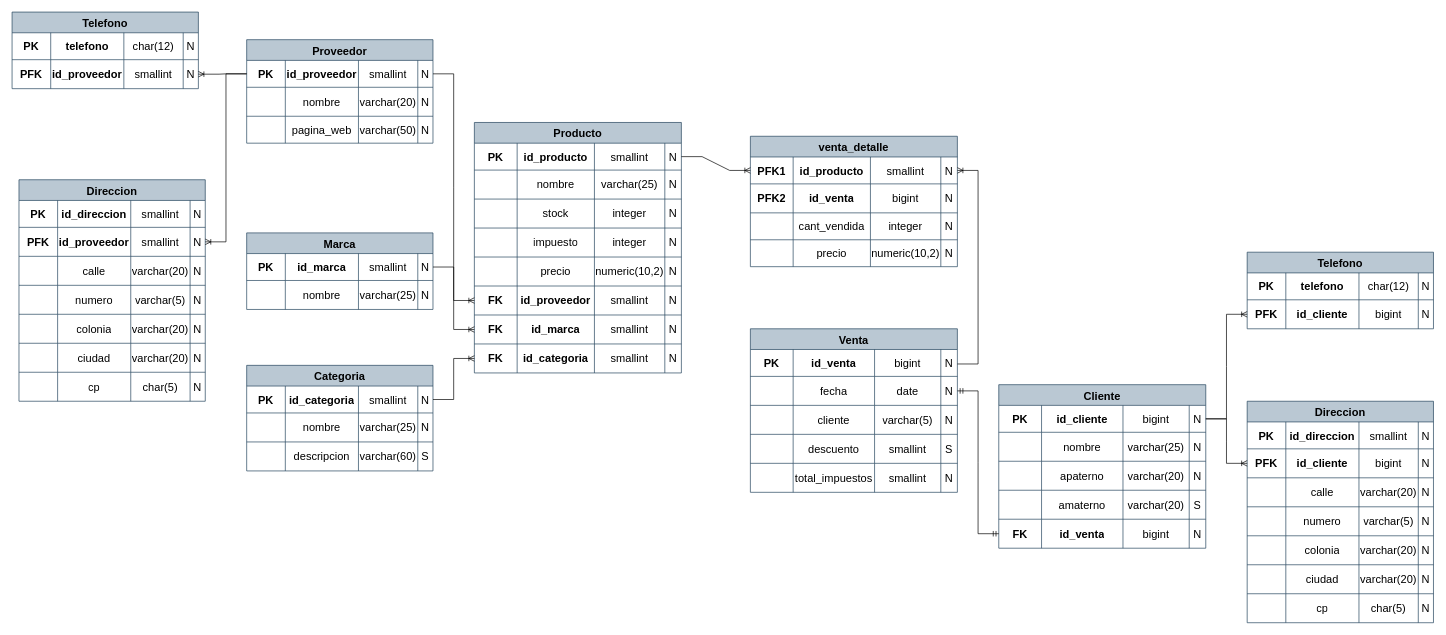
The draw.io diagram Modelo Relacional ventas.drawio in misiomishi/itcj, before the edit. Source tidied: cells renumbered, new cells numbered last; positions are measured from the earlier drawing's top-left corner, leaving out a move shared by most shapes. Both pictures are drawn from the tidied source at 69%, with x=0, y=0 at pixel (12, 12).
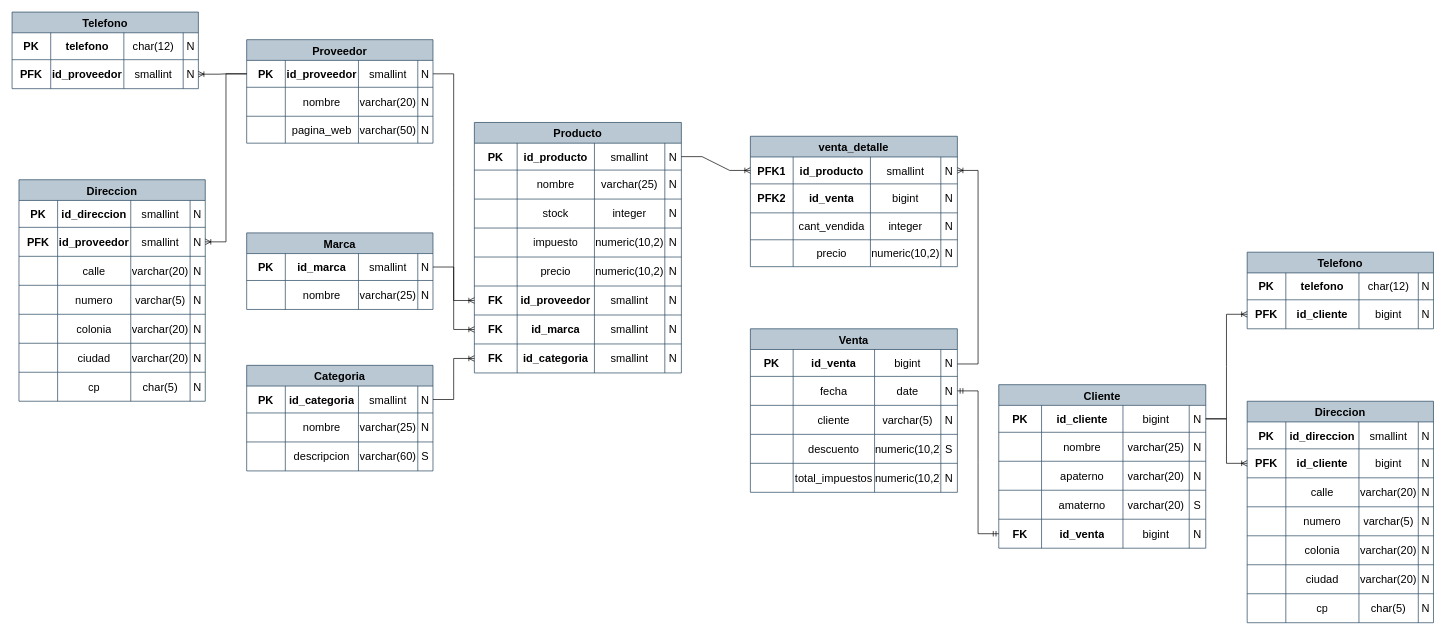
The same page after the edit.

Unchanged cells that the change refers to:
```xml
<mxCell id="81" style="shape=tableRow;horizontal=0;startSize=0;swimlaneHead=0;swimlaneBody=0;strokeColor=inherit;top=0;left=0;bottom=0;right=0;fillColor=none;fontSize=16;" parent="65" vertex="1">
  <mxGeometry y="153" width="300" height="42" as="geometry" />
</mxCell>
<mxCell id="170" style="shape=tableRow;horizontal=0;startSize=0;swimlaneHead=0;swimlaneBody=0;strokeColor=inherit;top=0;left=0;bottom=0;right=0;fillColor=none;fontSize=16;" parent="154" vertex="1">
  <mxGeometry y="153" width="300" height="42" as="geometry" />
</mxCell>
<mxCell id="175" style="shape=tableRow;horizontal=0;startSize=0;swimlaneHead=0;swimlaneBody=0;strokeColor=inherit;top=0;left=0;bottom=0;right=0;fillColor=none;fontSize=16;" parent="154" vertex="1">
  <mxGeometry y="195" width="300" height="42" as="geometry" />
</mxCell>
```

Diff of the diagram source:
```diff
@@
-    <mxCell id="84" value="integer" style="shape=partialRectangle;html=1;whiteSpace=wrap;strokeColor=inherit;overflow=hidden;fillColor=none;top=0;left=0;bottom=0;right=0;fontSize=16;" parent="81" vertex="1">
+    <mxCell id="84" value="numeric(10,2)" style="shape=partialRectangle;html=1;whiteSpace=wrap;strokeColor=inherit;overflow=hidden;fillColor=none;top=0;left=0;bottom=0;right=0;fontSize=16;" parent="81" vertex="1">
       <mxGeometry x="174" width="102" height="42" as="geometry" />
     </mxCell>
@@
-    <mxCell id="173" value="smallint" style="shape=partialRectangle;html=1;whiteSpace=wrap;strokeColor=inherit;overflow=hidden;fillColor=none;top=0;left=0;bottom=0;right=0;fontSize=16;" parent="170" vertex="1">
+    <mxCell id="173" value="numeric(10,2)" style="shape=partialRectangle;html=1;whiteSpace=wrap;strokeColor=inherit;overflow=hidden;fillColor=none;top=0;left=0;bottom=0;right=0;fontSize=16;" parent="170" vertex="1">
       <mxGeometry x="180" width="96" height="42" as="geometry" />
     </mxCell>
@@
-    <mxCell id="178" value="smallint" style="shape=partialRectangle;html=1;whiteSpace=wrap;strokeColor=inherit;overflow=hidden;fillColor=none;top=0;left=0;bottom=0;right=0;fontSize=16;" parent="175" vertex="1">
+    <mxCell id="178" value="numeric(10,2)" style="shape=partialRectangle;html=1;whiteSpace=wrap;strokeColor=inherit;overflow=hidden;fillColor=none;top=0;left=0;bottom=0;right=0;fontSize=16;" parent="175" vertex="1">
       <mxGeometry x="180" width="96" height="42" as="geometry" />
     </mxCell>
```
